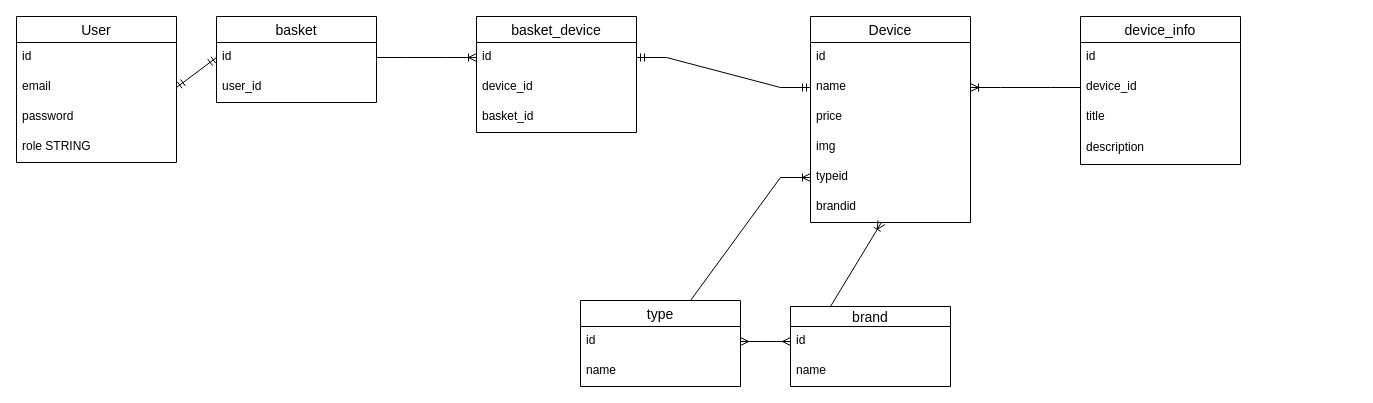
This is DB_diagram.drawio from Jettik1/React-Mobx-Node, a draw.io file, before an edit. Source tidied: cells renumbered, new cells numbered last; positions are measured from the earlier drawing's top-left corner, leaving out a move shared by most shapes. Both pictures are drawn from the tidied source at 100%, with x=0, y=0 at pixel (16, 16).
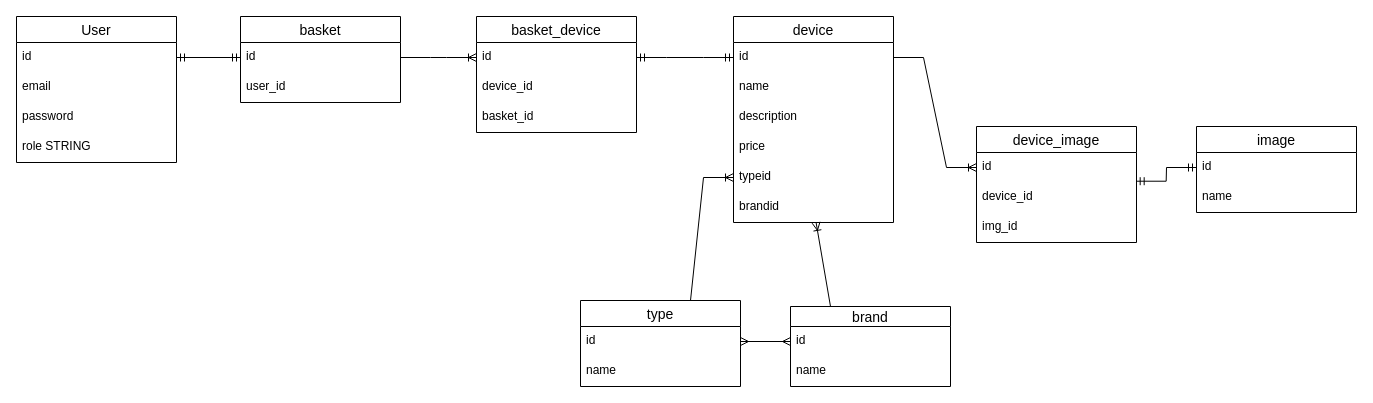
Above is the later version.

Unchanged cells that the change refers to:
```xml
<mxCell id="3" value="id" style="text;strokeColor=none;fillColor=none;spacingLeft=4;spacingRight=4;overflow=hidden;points=[[0,0.5],[1,0.5]];portConstraint=eastwest;fontSize=12;" parent="2" vertex="1">
  <mxGeometry y="26" width="160" height="30" as="geometry" />
</mxCell>
<mxCell id="4" value="email" style="text;strokeColor=none;fillColor=none;spacingLeft=4;spacingRight=4;overflow=hidden;points=[[0,0.5],[1,0.5]];portConstraint=eastwest;fontSize=12;" parent="2" vertex="1">
  <mxGeometry y="56" width="160" height="30" as="geometry" />
</mxCell>
<mxCell id="8" value="id" style="text;strokeColor=none;fillColor=none;spacingLeft=4;spacingRight=4;overflow=hidden;points=[[0,0.5],[1,0.5]];portConstraint=eastwest;fontSize=12;" parent="7" vertex="1">
  <mxGeometry y="26" width="160" height="30" as="geometry" />
</mxCell>
<mxCell id="12" value="id" style="text;strokeColor=none;fillColor=none;spacingLeft=4;spacingRight=4;overflow=hidden;points=[[0,0.5],[1,0.5]];portConstraint=eastwest;fontSize=12;" parent="11" vertex="1">
  <mxGeometry y="26" width="160" height="30" as="geometry" />
</mxCell>
<mxCell id="13" value="name" style="text;strokeColor=none;fillColor=none;spacingLeft=4;spacingRight=4;overflow=hidden;points=[[0,0.5],[1,0.5]];portConstraint=eastwest;fontSize=12;" parent="11" vertex="1">
  <mxGeometry y="56" width="160" height="30" as="geometry" />
</mxCell>
<mxCell id="34" value="id" style="text;strokeColor=none;fillColor=none;spacingLeft=4;spacingRight=4;overflow=hidden;points=[[0,0.5],[1,0.5]];portConstraint=eastwest;fontSize=12;" parent="33" vertex="1">
  <mxGeometry y="26" width="160" height="30" as="geometry" />
</mxCell>
```

The edit, as a diff of the source:
```diff
@@
     <mxCell id="7" value="basket" style="swimlane;fontStyle=0;horizontal=1;startSize=26;align=center;fontSize=14;" parent="1" vertex="1">
-      <mxGeometry x="200" width="160" height="86" as="geometry" />
+      <mxGeometry x="224" width="160" height="86" as="geometry" />
     </mxCell>
@@
-    <mxCell id="10" style="fontSize=12;html=1;endArrow=ERmandOne;startArrow=ERmandOne;rounded=0;entryX=0;entryY=0.5;entryDx=0;entryDy=0;exitX=1;exitY=0.5;exitDx=0;exitDy=0;" parent="1" edge="1" source="4" target="8">
+    <mxCell id="10" style="fontSize=12;html=1;endArrow=ERmandOne;startArrow=ERmandOne;rounded=0;entryX=0;entryY=0.5;entryDx=0;entryDy=0;exitX=1;exitY=0.5;exitDx=0;exitDy=0;" parent="1" edge="1" source="3" target="8">
       <mxGeometry relative="1" as="geometry" />
     </mxCell>
-    <mxCell id="11" value="Device" style="swimlane;fontStyle=0;horizontal=1;startSize=26;align=center;fontSize=14;" parent="1" vertex="1">
-      <mxGeometry x="794" width="160" height="206" as="geometry" />
+    <mxCell id="11" value="device" style="swimlane;fontStyle=0;horizontal=1;startSize=26;align=center;fontSize=14;" parent="1" vertex="1">
+      <mxGeometry x="717" width="160" height="206" as="geometry" />
     </mxCell>
@@
+    <mxCell id="31" value="description" style="text;strokeColor=none;fillColor=none;spacingLeft=4;spacingRight=4;overflow=hidden;fontSize=12;" parent="11" vertex="1">
+      <mxGeometry y="86" width="160" height="30" as="geometry" />
+    </mxCell>
     <mxCell id="14" value="price" style="text;strokeColor=none;fillColor=none;spacingLeft=4;spacingRight=4;overflow=hidden;fontSize=12;" parent="11" vertex="1">
-      <mxGeometry y="86" width="160" height="30" as="geometry" />
+      <mxGeometry y="116" width="160" height="30" as="geometry" />
     </mxCell>
-    <mxCell id="15" value="img" style="text;strokeColor=none;fillColor=none;spacingLeft=4;spacingRight=4;overflow=hidden;fontSize=12;" parent="11" vertex="1">
-      <mxGeometry y="116" width="160" height="30" as="geometry" />
-    </mxCell>
@@
-    <mxCell id="27" value="device_info" style="swimlane;fontStyle=0;horizontal=1;startSize=26;align=center;fontSize=14;" parent="1" vertex="1">
-      <mxGeometry x="1064" width="160" height="148" as="geometry" />
-    </mxCell>
-    <mxCell id="28" value="id" style="text;strokeColor=none;fillColor=none;spacingLeft=4;spacingRight=4;overflow=hidden;fontSize=12;" parent="27" vertex="1">
-      <mxGeometry y="26" width="160" height="30" as="geometry" />
-    </mxCell>
-    <mxCell id="29" value="device_id" style="text;strokeColor=none;fillColor=none;spacingLeft=4;spacingRight=4;overflow=hidden;points=[[0,0.5],[1,0.5]];portConstraint=eastwest;fontSize=12;" parent="27" vertex="1">
-      <mxGeometry y="56" width="160" height="30" as="geometry" />
-    </mxCell>
-    <mxCell id="30" value="title" style="text;strokeColor=none;fillColor=none;spacingLeft=4;spacingRight=4;overflow=hidden;fontSize=12;" parent="27" vertex="1">
-      <mxGeometry y="86" width="160" height="31" as="geometry" />
-    </mxCell>
-    <mxCell id="31" value="description" style="text;strokeColor=none;fillColor=none;spacingLeft=4;spacingRight=4;overflow=hidden;fontSize=12;" parent="27" vertex="1">
-      <mxGeometry y="117" width="160" height="31" as="geometry" />
-    </mxCell>
-    <mxCell id="32" style="edgeStyle=entityRelationEdgeStyle;fontSize=12;html=1;endArrow=ERoneToMany;rounded=0;entryX=1;entryY=0.5;entryDx=0;entryDy=0;exitX=0;exitY=0.5;exitDx=0;exitDy=0;" parent="1" edge="1" source="29" target="13">
-      <mxGeometry relative="1" as="geometry" />
-    </mxCell>
@@
-    <mxCell id="38" style="edgeStyle=entityRelationEdgeStyle;fontSize=12;html=1;endArrow=ERmandOne;startArrow=ERmandOne;rounded=0;exitX=1;exitY=0.5;exitDx=0;exitDy=0;" parent="1" edge="1" source="34" target="13">
+    <mxCell id="38" style="edgeStyle=entityRelationEdgeStyle;fontSize=12;html=1;endArrow=ERmandOne;startArrow=ERmandOne;rounded=0;exitX=1;exitY=0.5;exitDx=0;exitDy=0;entryX=0;entryY=0.5;entryDx=0;entryDy=0;" parent="1" edge="1" source="34" target="12">
       <mxGeometry relative="1" as="geometry" />
     </mxCell>
+    <mxCell id="39" value="image" style="swimlane;fontStyle=0;horizontal=1;startSize=26;align=center;fontSize=14;" parent="1" vertex="1">
+      <mxGeometry x="1180" y="110" width="160" height="86" as="geometry" />
+    </mxCell>
+    <mxCell id="40" value="id" style="text;strokeColor=none;fillColor=none;spacingLeft=4;spacingRight=4;overflow=hidden;points=[[0,0.5],[1,0.5]];portConstraint=eastwest;fontSize=12;" parent="39" vertex="1">
+      <mxGeometry y="26" width="160" height="30" as="geometry" />
+    </mxCell>
+    <mxCell id="41" value="name" style="text;strokeColor=none;fillColor=none;spacingLeft=4;spacingRight=4;overflow=hidden;fontSize=12;" parent="39" vertex="1">
+      <mxGeometry y="56" width="160" height="30" as="geometry" />
+    </mxCell>
+    <mxCell id="42" value="device_image" style="swimlane;fontStyle=0;horizontal=1;startSize=26;align=center;fontSize=14;" parent="1" vertex="1">
+      <mxGeometry x="960" y="110" width="160" height="116" as="geometry" />
+    </mxCell>
+    <mxCell id="43" value="id" style="text;strokeColor=none;fillColor=none;spacingLeft=4;spacingRight=4;overflow=hidden;points=[[0,0.5],[1,0.5]];portConstraint=eastwest;fontSize=12;" parent="42" vertex="1">
+      <mxGeometry y="26" width="160" height="30" as="geometry" />
+    </mxCell>
+    <mxCell id="29" value="device_id" style="text;strokeColor=none;fillColor=none;spacingLeft=4;spacingRight=4;overflow=hidden;points=[[0,0.5],[1,0.5]];portConstraint=eastwest;fontSize=12;" parent="42" vertex="1">
+      <mxGeometry y="56" width="160" height="30" as="geometry" />
+    </mxCell>
+    <mxCell id="44" value="img_id" style="text;strokeColor=none;fillColor=none;spacingLeft=4;spacingRight=4;overflow=hidden;fontSize=12;" parent="42" vertex="1">
+      <mxGeometry y="86" width="160" height="30" as="geometry" />
+    </mxCell>
+    <mxCell id="45" style="edgeStyle=entityRelationEdgeStyle;fontSize=12;html=1;endArrow=ERoneToMany;rounded=0;exitX=1;exitY=0.5;exitDx=0;exitDy=0;entryX=0;entryY=0.5;entryDx=0;entryDy=0;" parent="1" edge="1" source="12" target="43">
+      <mxGeometry relative="1" as="geometry" />
+    </mxCell>
+    <mxCell id="46" style="edgeStyle=entityRelationEdgeStyle;fontSize=12;html=1;endArrow=ERmandOne;startArrow=ERmandOne;rounded=0;exitX=0.998;exitY=-0.043;exitDx=0;exitDy=0;exitPerimeter=0;entryX=0;entryY=0.5;entryDx=0;entryDy=0;" parent="1" edge="1" source="29" target="40">
+      <mxGeometry relative="1" as="geometry" />
+    </mxCell>
```
